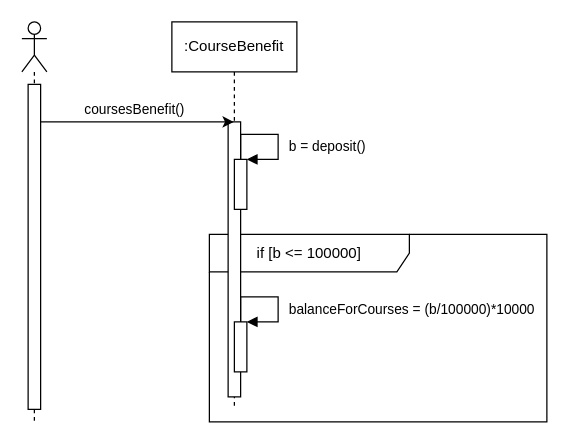
Earlier version of the draw.io diagram diagrams/coursesBenefit-sequence-diagram.drawio (Cafeleyos/MUNOZ-SANTOS-SABANA-POOB-2021-1-LAB-ABSTRACT-CLASS). Source tidied: cells renumbered, new cells numbered last; positions are measured from the earlier drawing's top-left corner, leaving out a move shared by most shapes. Both pictures are drawn from the tidied source at 125%, with x=0, y=0 at pixel (21, 21).
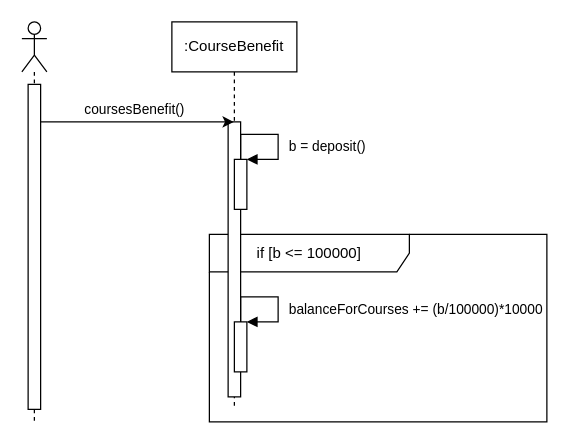
After the change.

Change to the diagram source:
```diff
@@
 <mxGraphModel>
   <root>
     <mxCell id="0" />
     <mxCell id="1" parent="0" />
     <mxCell id="2" value="if [b &amp;lt;= 100000]" style="shape=umlFrame;whiteSpace=wrap;html=1;width=160;height=30;" parent="1" vertex="1">
       <mxGeometry x="150" y="170" width="270" height="150" as="geometry" />
     </mxCell>
     <mxCell id="3" style="shape=umlLifeline;participant=umlActor;perimeter=lifelinePerimeter;whiteSpace=wrap;html=1;verticalAlign=top;spacingTop=36;" parent="1" vertex="1">
       <mxGeometry width="20" height="320" as="geometry" />
     </mxCell>
     <mxCell id="4" style="html=1;points=[];perimeter=orthogonalPerimeter;" parent="3" vertex="1">
       <mxGeometry x="5" y="50" width="10" height="260" as="geometry" />
     </mxCell>
     <mxCell id="5" value=":CourseBenefit" style="shape=umlLifeline;perimeter=lifelinePerimeter;whiteSpace=wrap;html=1;outlineConnect=0;" parent="1" vertex="1">
       <mxGeometry x="120" width="100" height="310" as="geometry" />
     </mxCell>
     <mxCell id="6" style="html=1;perimeter=orthogonalPerimeter;" parent="5" vertex="1">
       <mxGeometry x="45" y="80" width="10" height="220" as="geometry" />
     </mxCell>
     <mxCell id="7" style="html=1;points=[];perimeter=orthogonalPerimeter;" parent="5" vertex="1">
       <mxGeometry x="50" y="110" width="10" height="40" as="geometry" />
     </mxCell>
     <mxCell id="8" value="b = deposit()" style="edgeStyle=orthogonalEdgeStyle;html=1;align=left;spacingLeft=2;endArrow=block;rounded=0;entryX=1;entryY=0;" parent="5" edge="1" target="7">
       <mxGeometry x="0.26" y="5" relative="1" as="geometry">
         <mxPoint x="55" y="110" as="sourcePoint" />
         <Array as="points">
           <mxPoint x="55" y="90" />
           <mxPoint x="85" y="90" />
           <mxPoint x="85" y="110" />
           <mxPoint x="60" y="110" />
         </Array>
       </mxGeometry>
     </mxCell>
     <mxCell id="9" style="html=1;points=[];perimeter=orthogonalPerimeter;" parent="5" vertex="1">
       <mxGeometry x="50" y="240" width="10" height="40" as="geometry" />
     </mxCell>
-    <mxCell id="10" value="balanceForCourses = (b/100000)*10000" style="edgeStyle=orthogonalEdgeStyle;html=1;align=left;spacingLeft=2;endArrow=block;rounded=0;entryX=1;entryY=0;" parent="5" edge="1" target="9">
+    <mxCell id="10" value="balanceForCourses += (b/100000)*10000" style="edgeStyle=orthogonalEdgeStyle;html=1;align=left;spacingLeft=2;endArrow=block;rounded=0;entryX=1;entryY=0;" parent="5" edge="1" target="9">
       <mxGeometry x="0.26" y="5" relative="1" as="geometry">
         <mxPoint x="55" y="240" as="sourcePoint" />
         <Array as="points">
           <mxPoint x="55" y="220" />
           <mxPoint x="85" y="220" />
           <mxPoint x="85" y="240" />
           <mxPoint x="60" y="240" />
         </Array>
       </mxGeometry>
     </mxCell>
     <mxCell id="11" value="coursesBenefit()" style="edgeStyle=orthogonalEdgeStyle;rounded=0;jettySize=auto;html=1;" parent="1" edge="1" source="4" target="5">
       <mxGeometry x="-0.03" y="10" relative="1" as="geometry">
         <Array as="points">
           <mxPoint x="90" y="80" />
           <mxPoint x="90" y="80" />
         </Array>
       </mxGeometry>
     </mxCell>
   </root>
 </mxGraphModel>
```
